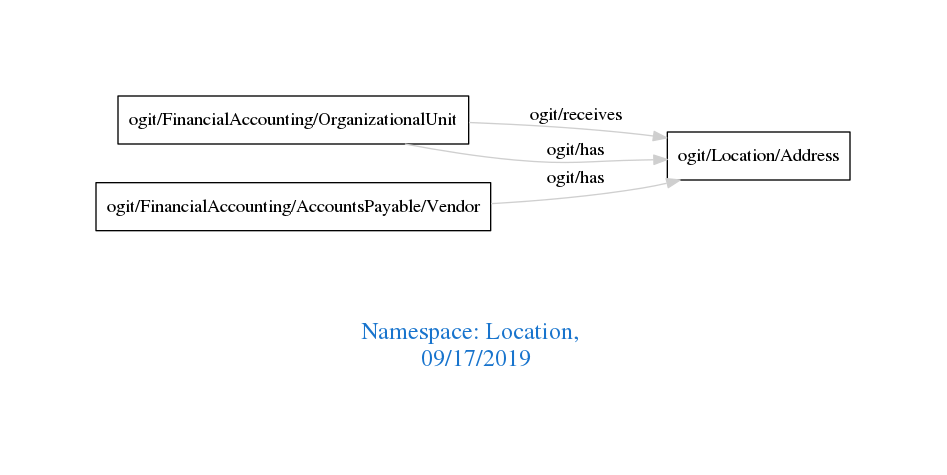
Above: downloads/Location.png in arago/OGIT (Graphviz), before the change. Its source is kept beside it as downloads/Location.dot.
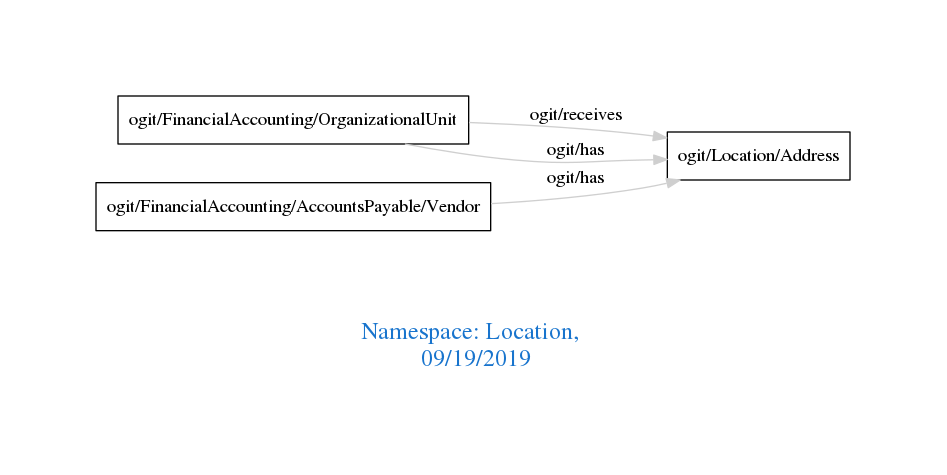
Above is the later version.

Change to the diagram source:
```diff
@@ -1,7 +1,7 @@
 digraph OGIT_ontology {
  graph [ rankdir= LR,pad=1
 fontsize = 18,
-fontcolor= dodgerblue3,label = "\n\n\nNamespace: Location, \n 09/17/2019"];
+fontcolor= dodgerblue3,label = "\n\n\nNamespace: Location, \n 09/19/2019"];
 node[shape=polygon];
 edge [  color="gray81"];
 
```
